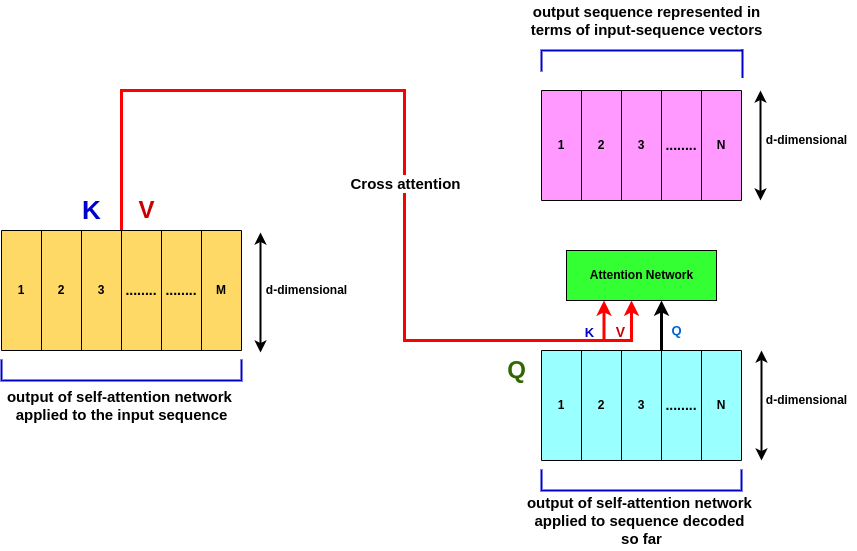
shirinyamani/transformer-network keeps this draw.io diagram as img/cross.png. Above is the earlier version. Source tidied: cells renumbered, new cells last; positions are measured from the earlier drawing's top-left corner, leaving out a move shared by most shapes.
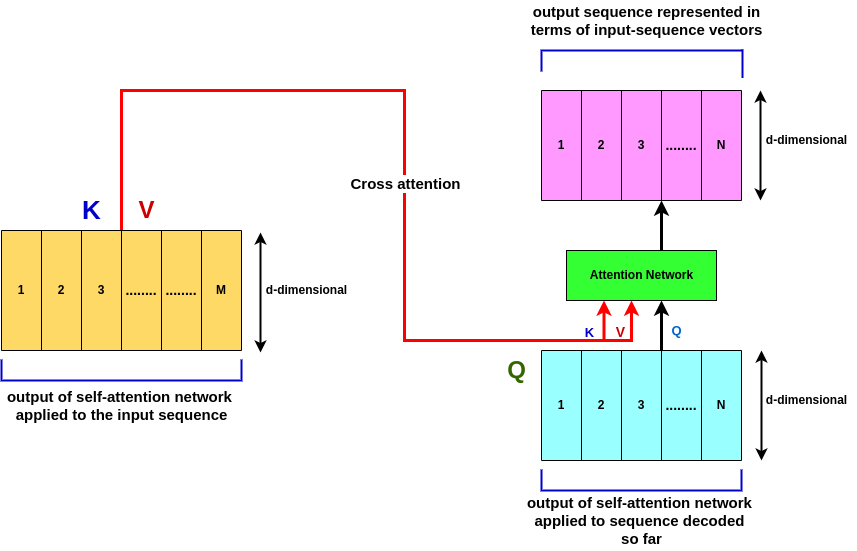
The same file after the commit.

Commit message:
cross attention

The edit, as a diff of the source:
```diff
@@ -165,5 +165,11 @@
     <mxCell id="48" value="&lt;span&gt;&lt;font style=&quot;font-size: 13px&quot; color=&quot;#0066cc&quot;&gt;Q&lt;/font&gt;&lt;/span&gt;" style="text;html=1;align=center;verticalAlign=middle;strokeColor=none;fillColor=none;fontStyle=1;" parent="1" vertex="1">
       <mxGeometry x="660" y="320" width="30" height="20" as="geometry" />
     </mxCell>
+    <mxCell id="49" style="endArrow=classic;html=1;rounded=0;fontSize=15;strokeColor=#000000;strokeWidth=3;fontStyle=1;" parent="1" edge="1">
+      <mxGeometry relative="1" as="geometry">
+        <mxPoint x="660" y="250" as="sourcePoint" />
+        <mxPoint x="660" y="200" as="targetPoint" />
+      </mxGeometry>
+    </mxCell>
   </root>
 </mxGraphModel>
```
